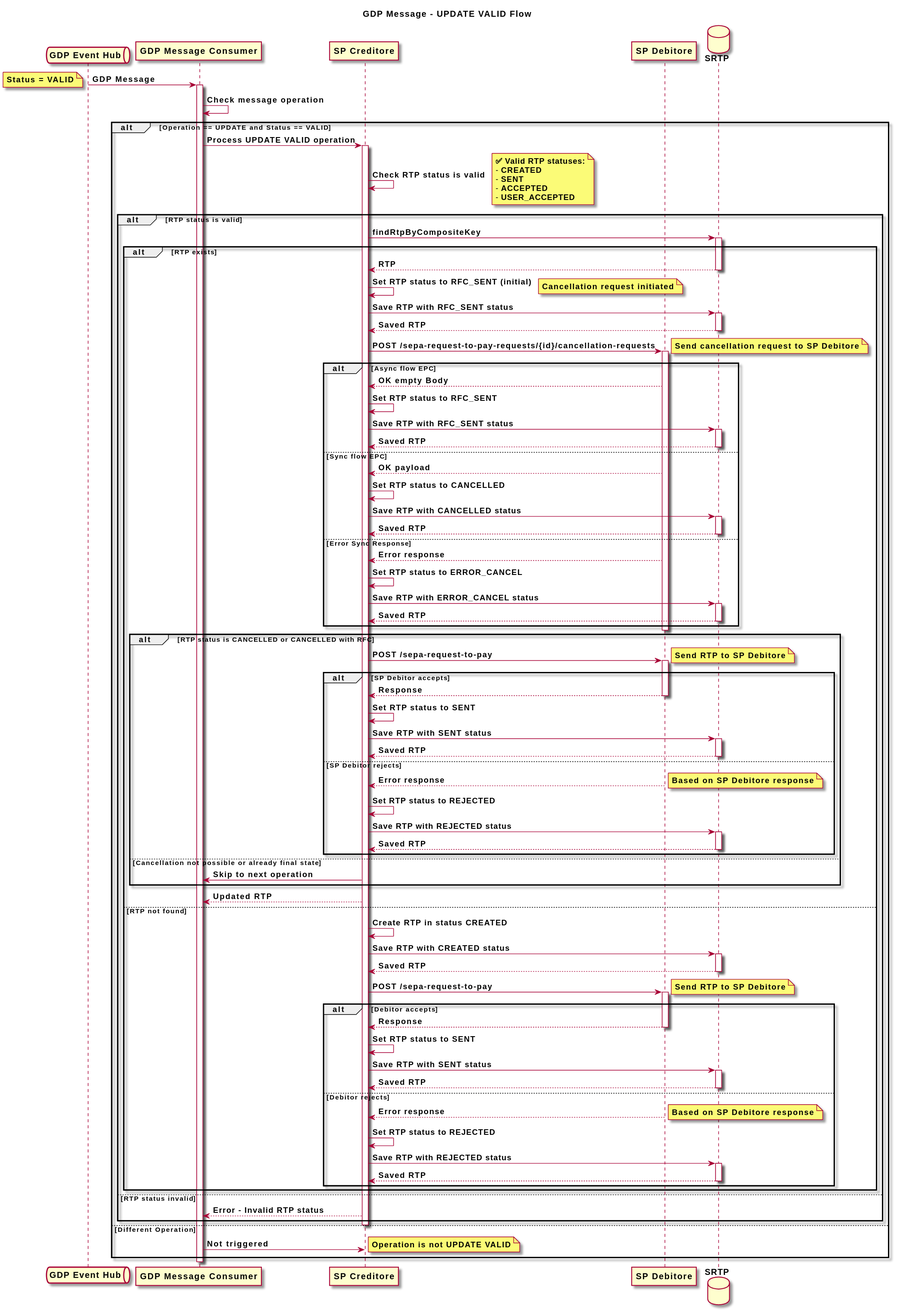
Above: diagrams/update-valid-queue-schema.svg in pagopa/rtp-docs (PlantUML), before the change.
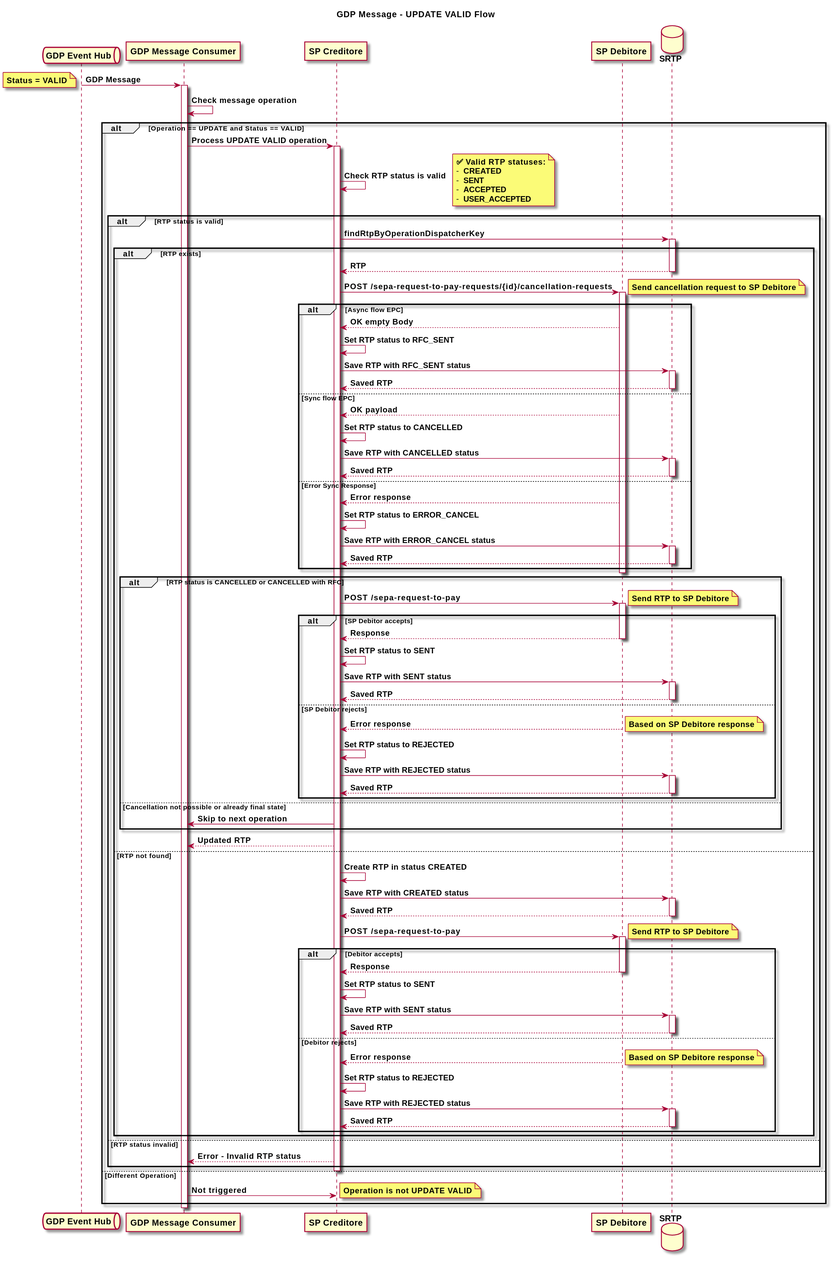
Later version of the same file.

The edit, as a diff of the source:
```diff
@@ -28,19 +28,13 @@
   end note
 
   alt **RTP status is valid**
-    SPC -> SRTP: **findRtpByCompositeKey**
+    SPC -> SRTP: **findRtpByOperationDispatcherKey**
     activate SRTP
 
     alt **RTP exists**
       SRTP --> SPC: **RTP**
       deactivate SRTP
 
-      SPC -> SPC: **Set RTP status to RFC_SENT (initial)**
-      note right: **Cancellation request initiated**
-      SPC -> SRTP: **Save RTP with RFC_SENT status**
-      activate SRTP
-      SRTP --> SPC: **Saved RTP**
-      deactivate SRTP
 
       SPC -> SPD: **POST /sepa-request-to-pay-requests/{id}/cancellation-requests**
       note right: **Send cancellation request to SP Debitore**
```
